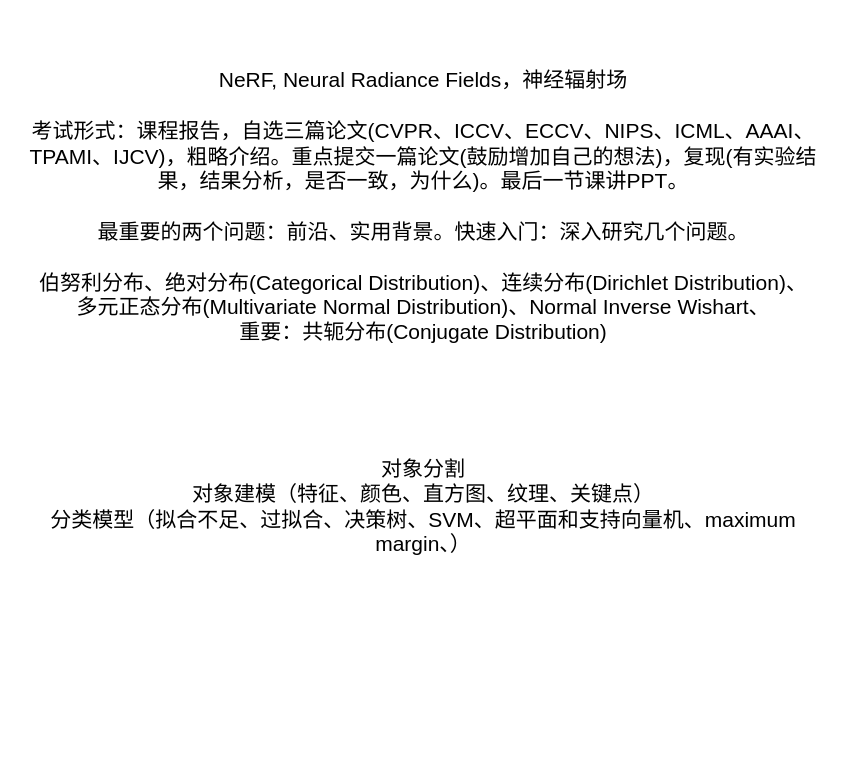
Above: 视觉计算.drawio in Zhou-AY/hello-world (draw.io), before the change. Source tidied: cells renumbered, new cells numbered last; positions are measured from the earlier drawing's top-left corner, leaving out a move shared by most shapes. Both pictures are drawn from the tidied source at 150%, with x=0, y=0 at pixel (26, 56).
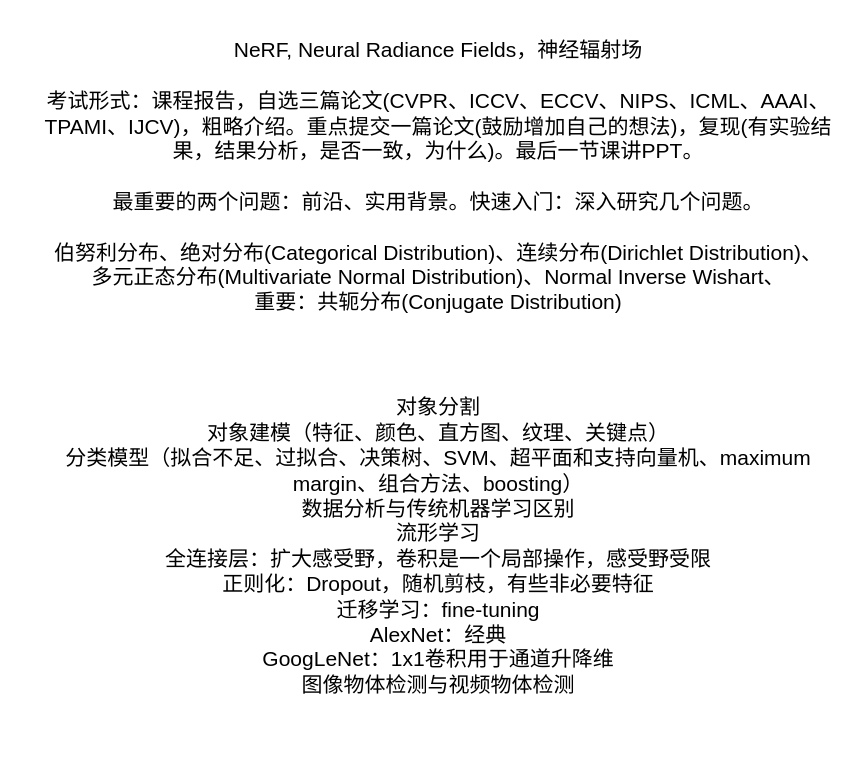
The same diagram, later.

Commit message:
更新视觉计算.drawio

The edit, as a diff of the source:
```diff
@@
 <mxGraphModel>
   <root>
     <mxCell id="0" />
     <mxCell id="1" parent="0" />
     <mxCell id="2" value="&lt;font style=&quot;font-size: 14px;&quot;&gt;NeRF, Neural Radiance Fields，神经辐射场&lt;br&gt;&lt;br&gt;考试形式：课程报告，自选三篇论文(CVPR、ICCV、ECCV、NIPS、ICML、AAAI、TPAMI、IJCV)，粗略介绍。重点提交一篇论文(鼓励增加自己的想法)，复现(有实验结果，结果分析，是否一致，为什么)。最后一节课讲PPT。&lt;br&gt;&lt;br&gt;最重要的两个问题：前沿、实用背景。快速入门：深入研究几个问题。&lt;br&gt;&lt;br&gt;伯努利分布、绝对分布(Categorical Distribution)、连续分布(Dirichlet Distribution)、&lt;br&gt;多元正态分布(Multivariate Normal Distribution)、Normal Inverse Wishart、&lt;br&gt;重要：共轭分布(Conjugate Distribution)&lt;br&gt;&lt;/font&gt;" style="text;html=1;strokeColor=none;fillColor=none;align=center;verticalAlign=middle;whiteSpace=wrap;rounded=0;" parent="1" vertex="1">
-      <mxGeometry width="530" height="200" as="geometry" />
+      <mxGeometry x="10" y="-20" width="530" height="200" as="geometry" />
     </mxCell>
-    <mxCell id="3" value="&lt;font style=&quot;font-size: 14px;&quot;&gt;对象分割&lt;br&gt;对象建模（特征、颜色、直方图、纹理、关键点）&lt;br&gt;分类模型（拟合不足、过拟合、决策树、SVM、超平面和支持向量机、maximum margin、）&lt;br&gt;&lt;/font&gt;" style="text;html=1;strokeColor=none;fillColor=none;align=center;verticalAlign=middle;whiteSpace=wrap;rounded=0;" parent="1" vertex="1">
-      <mxGeometry y="200" width="530" height="200" as="geometry" />
+    <mxCell id="3" value="&lt;font style=&quot;font-size: 14px;&quot;&gt;对象分割&lt;br&gt;对象建模（特征、颜色、直方图、纹理、关键点）&lt;br&gt;分类模型（拟合不足、过拟合、决策树、SVM、超平面和支持向量机、maximum margin、组合方法、boosting）&lt;br&gt;数据分析与传统机器学习区别&lt;br&gt;流形学习&lt;br&gt;全连接层：扩大感受野，卷积是一个局部操作，感受野受限&lt;br&gt;正则化：Dropout，随机剪枝，有些非必要特征&lt;br&gt;迁移学习：fine-tuning&lt;br&gt;AlexNet：经典&lt;br&gt;GoogLeNet：1x1卷积用于通道升降维&lt;br&gt;图像物体检测与视频物体检测&lt;br&gt;&lt;br&gt;&lt;/font&gt;" style="text;html=1;strokeColor=none;fillColor=none;align=center;verticalAlign=middle;whiteSpace=wrap;rounded=0;" parent="1" vertex="1">
+      <mxGeometry x="10" y="210" width="530" height="250" as="geometry" />
     </mxCell>
   </root>
 </mxGraphModel>
```
